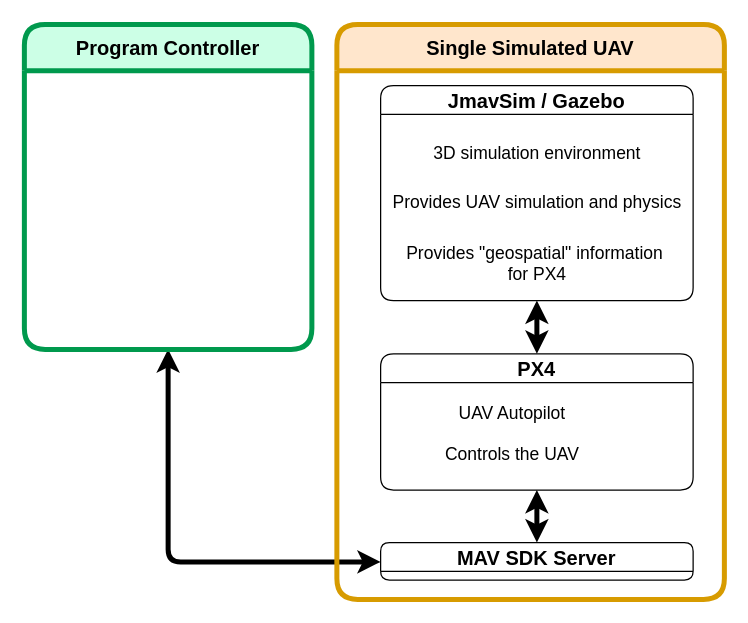
Before: GenZero-Drone_sim.drawio in madatr/UTM-Diagrams, a draw.io diagram. Source tidied: cells renumbered, new cells numbered last; positions are measured from the earlier drawing's top-left corner, leaving out a move shared by most shapes. Both pictures are drawn from the tidied source at 125%, with x=0, y=0 at pixel (24, 24).
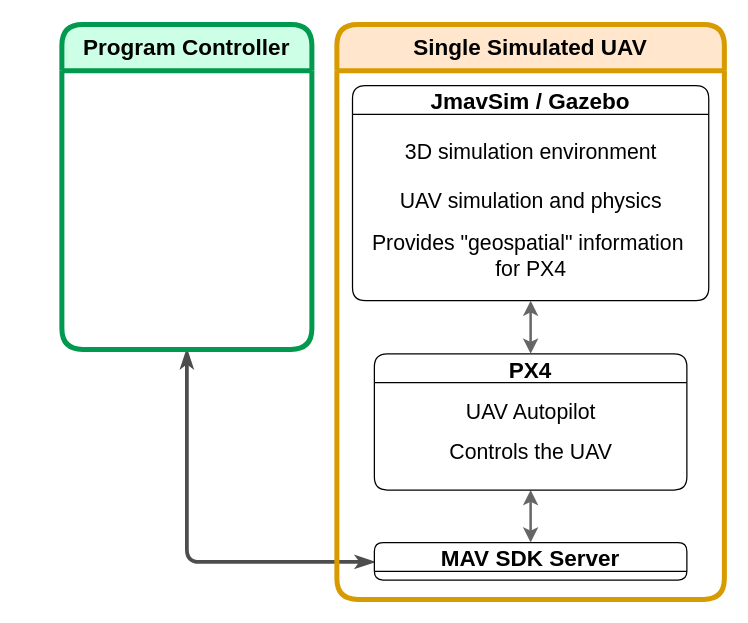
After the change.

Change to the diagram source:
```diff
@@
 <mxGraphModel>
   <root>
     <mxCell id="0" />
     <mxCell id="1" parent="0" />
-    <mxCell id="2" style="edgeStyle=orthogonalEdgeStyle;rounded=1;jettySize=auto;html=1;strokeWidth=4;curved=0;startArrow=classic;startFill=1;exitX=0.5;exitY=1;exitDx=0;exitDy=0;" parent="1" edge="1" source="14" target="5">
+    <mxCell id="2" style="edgeStyle=orthogonalEdgeStyle;rounded=1;jettySize=auto;html=1;strokeWidth=3;curved=0;startArrow=classicThin;startFill=1;endArrow=classicThin;endFill=1;exitX=0.5;exitY=1;exitDx=0;exitDy=0;strokeColor=#4D4D4D;" parent="1" edge="1" source="14" target="5">
       <mxGeometry relative="1" as="geometry">
         <Array as="points">
-          <mxPoint x="115" y="430" />
+          <mxPoint x="130" y="430" />
         </Array>
       </mxGeometry>
     </mxCell>
-    <mxCell id="3" value="&lt;font style=&quot;font-size: 16px;&quot;&gt;Single Simulated UAV&lt;/font&gt;" style="swimlane;whiteSpace=wrap;html=1;rounded=1;fillColor=#ffe6cc;strokeColor=#D79B00;strokeWidth=4;perimeterSpacing=0;fillStyle=auto;startSize=37;" parent="1" vertex="1">
+    <mxCell id="3" value="&lt;font style=&quot;font-size: 18px;&quot;&gt;Single Simulated UAV&lt;/font&gt;" style="swimlane;whiteSpace=wrap;html=1;rounded=1;fillColor=#ffe6cc;strokeColor=#D79B00;strokeWidth=4;perimeterSpacing=0;fillStyle=auto;startSize=37;fontSize=18;" parent="1" vertex="1">
       <mxGeometry x="250" width="310" height="460" as="geometry" />
     </mxCell>
-    <mxCell id="4" style="edgeStyle=orthogonalEdgeStyle;rounded=1;jettySize=auto;html=1;strokeWidth=4;curved=0;startArrow=classic;startFill=1;" parent="3" edge="1" source="5" target="6">
+    <mxCell id="4" style="edgeStyle=orthogonalEdgeStyle;rounded=1;jettySize=auto;html=1;strokeWidth=2;curved=0;startArrow=classic;startFill=1;strokeColor=#666666;" parent="3" edge="1" source="5" target="6">
       <mxGeometry relative="1" as="geometry" />
     </mxCell>
-    <mxCell id="5" value="MAV SDK Server" style="swimlane;fontSize=16;rounded=1;" parent="3" vertex="1" collapsed="1">
-      <mxGeometry x="35" y="414.5" width="250" height="30" as="geometry" />
+    <mxCell id="5" value="MAV SDK Server" style="swimlane;fontSize=18;rounded=1;" parent="3" vertex="1" collapsed="1">
+      <mxGeometry x="30" y="414.5" width="250" height="30" as="geometry" />
     </mxCell>
-    <mxCell id="6" value="PX4" style="swimlane;startSize=23;fontSize=16;rounded=1;" parent="3" vertex="1">
-      <mxGeometry x="35" y="263.5" width="250" height="109" as="geometry" />
+    <mxCell id="6" value="PX4" style="swimlane;startSize=23;fontSize=18;rounded=1;" parent="3" vertex="1">
+      <mxGeometry x="30" y="263.5" width="250" height="109" as="geometry" />
     </mxCell>
-    <mxCell id="7" value="UAV Autopilot" style="text;html=1;align=center;verticalAlign=middle;strokeColor=none;fillColor=none;fontSize=14;" parent="6" vertex="1">
-      <mxGeometry x="50" y="32" width="110" height="30" as="geometry" />
+    <mxCell id="7" value="UAV Autopilot" style="text;html=1;align=center;verticalAlign=middle;strokeColor=none;fillColor=none;fontSize=17;" parent="6" vertex="1">
+      <mxGeometry x="60" y="32" width="130" height="30" as="geometry" />
     </mxCell>
-    <mxCell id="8" value="Controls the UAV" style="text;html=1;align=center;verticalAlign=middle;strokeColor=none;fillColor=none;fontSize=14;" parent="6" vertex="1">
-      <mxGeometry x="40" y="65" width="130" height="30" as="geometry" />
+    <mxCell id="8" value="Controls the UAV" style="text;html=1;align=center;verticalAlign=middle;strokeColor=none;fillColor=none;fontSize=17;" parent="6" vertex="1">
+      <mxGeometry x="50" y="64" width="150" height="30" as="geometry" />
     </mxCell>
-    <mxCell id="9" value="JmavSim / Gazebo" style="swimlane;fontSize=16;rounded=1;" parent="1" vertex="1">
-      <mxGeometry x="285" y="49" width="250" height="172" as="geometry" />
+    <mxCell id="9" value="JmavSim / Gazebo" style="swimlane;fontSize=18;rounded=1;" parent="3" vertex="1">
+      <mxGeometry x="12.5" y="49" width="285" height="172" as="geometry" />
     </mxCell>
-    <mxCell id="10" value="&lt;font style=&quot;font-size: 14px;&quot;&gt;3D simulation environment&lt;/font&gt;" style="text;html=1;align=center;verticalAlign=middle;strokeColor=none;fillColor=none;" parent="9" vertex="1">
-      <mxGeometry x="30" y="39" width="190" height="30" as="geometry" />
+    <mxCell id="10" value="&lt;font style=&quot;font-size: 17px;&quot;&gt;3D simulation environment&lt;/font&gt;" style="text;html=1;align=center;verticalAlign=middle;strokeColor=none;fillColor=none;fontSize=17;" parent="9" vertex="1">
+      <mxGeometry x="32.5" y="39" width="220" height="30" as="geometry" />
     </mxCell>
-    <mxCell id="11" value="&lt;font style=&quot;font-size: 14px;&quot;&gt;Provides UAV simulation and physics&lt;/font&gt;" style="text;html=1;align=center;verticalAlign=middle;strokeColor=none;fillColor=none;" parent="9" vertex="1">
-      <mxGeometry y="78" width="250" height="30" as="geometry" />
+    <mxCell id="11" value="&lt;font style=&quot;font-size: 17px;&quot;&gt;UAV simulation and physics&lt;/font&gt;" style="text;html=1;align=center;verticalAlign=middle;strokeColor=none;fillColor=none;fontSize=17;" parent="9" vertex="1">
+      <mxGeometry x="27.5" y="78" width="230" height="30" as="geometry" />
     </mxCell>
-    <mxCell id="12" value="&lt;font style=&quot;font-size: 14px;&quot;&gt;Provides &quot;geospatial&quot;&lt;/font&gt;&lt;span style=&quot;font-size: 14px; background-color: initial;&quot;&gt;&amp;nbsp;information&amp;nbsp;&lt;/span&gt;&lt;div&gt;&lt;span style=&quot;font-size: 14px; background-color: initial;&quot;&gt;for PX4&lt;/span&gt;&lt;/div&gt;" style="text;html=1;align=center;verticalAlign=middle;strokeColor=none;fillColor=none;" parent="9" vertex="1">
-      <mxGeometry x="10" y="117" width="230" height="50" as="geometry" />
+    <mxCell id="12" value="&lt;font style=&quot;font-size: 17px;&quot;&gt;Provides &quot;geospatial&quot;&lt;/font&gt;&lt;span style=&quot;font-size: 17px; background-color: initial;&quot;&gt;&amp;nbsp;information&amp;nbsp;&lt;/span&gt;&lt;div style=&quot;font-size: 17px;&quot;&gt;&lt;span style=&quot;font-size: 17px; background-color: initial;&quot;&gt;for PX4&lt;/span&gt;&lt;/div&gt;" style="text;html=1;align=center;verticalAlign=middle;strokeColor=none;fillColor=none;fontSize=17;" parent="9" vertex="1">
+      <mxGeometry x="2.5" y="112" width="280" height="50" as="geometry" />
     </mxCell>
-    <mxCell id="13" style="edgeStyle=orthogonalEdgeStyle;rounded=1;jettySize=auto;html=1;strokeWidth=4;startArrow=classic;startFill=1;curved=0;" parent="1" edge="1" source="6" target="9">
+    <mxCell id="13" style="edgeStyle=orthogonalEdgeStyle;rounded=1;jettySize=auto;html=1;strokeWidth=2;startArrow=classic;startFill=1;curved=0;strokeColor=#666666;" parent="3" edge="1" source="6" target="9">
       <mxGeometry relative="1" as="geometry" />
     </mxCell>
-    <mxCell id="14" value="&lt;span style=&quot;font-size: 16px; text-wrap: nowrap;&quot;&gt;Program Controller&lt;/span&gt;" style="swimlane;whiteSpace=wrap;html=1;rounded=1;fillColor=#CCFFE6;strokeColor=#00994D;strokeWidth=4;perimeterSpacing=0;fillStyle=auto;startSize=37;" parent="1" vertex="1">
-      <mxGeometry width="230" height="260" as="geometry" />
+    <mxCell id="14" value="&lt;span style=&quot;font-size: 18px; text-wrap: nowrap;&quot;&gt;Program Controller&lt;/span&gt;" style="swimlane;whiteSpace=wrap;html=1;rounded=1;fillColor=#CCFFE6;strokeColor=#00994D;strokeWidth=4;perimeterSpacing=0;fillStyle=auto;startSize=37;fontSize=18;" parent="1" vertex="1">
+      <mxGeometry x="30" width="200" height="260" as="geometry" />
     </mxCell>
   </root>
 </mxGraphModel>
```
